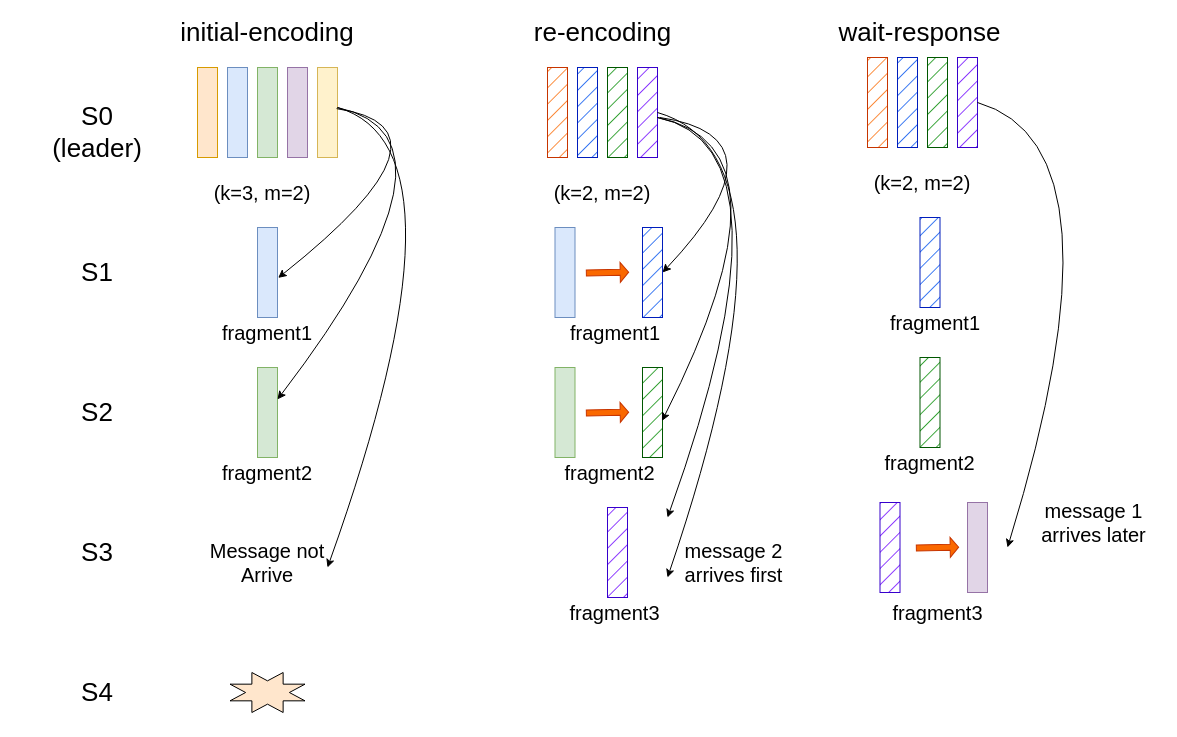
The draw.io diagram FlexibleK2.drawio in Holworth/DrawIO, before the edit. Source tidied: cells renumbered, new cells numbered last; positions are measured from the earlier drawing's top-left corner, leaving out a move shared by most shapes. Both pictures are drawn from the tidied source at 100%, with x=0, y=0 at pixel (17, 17).
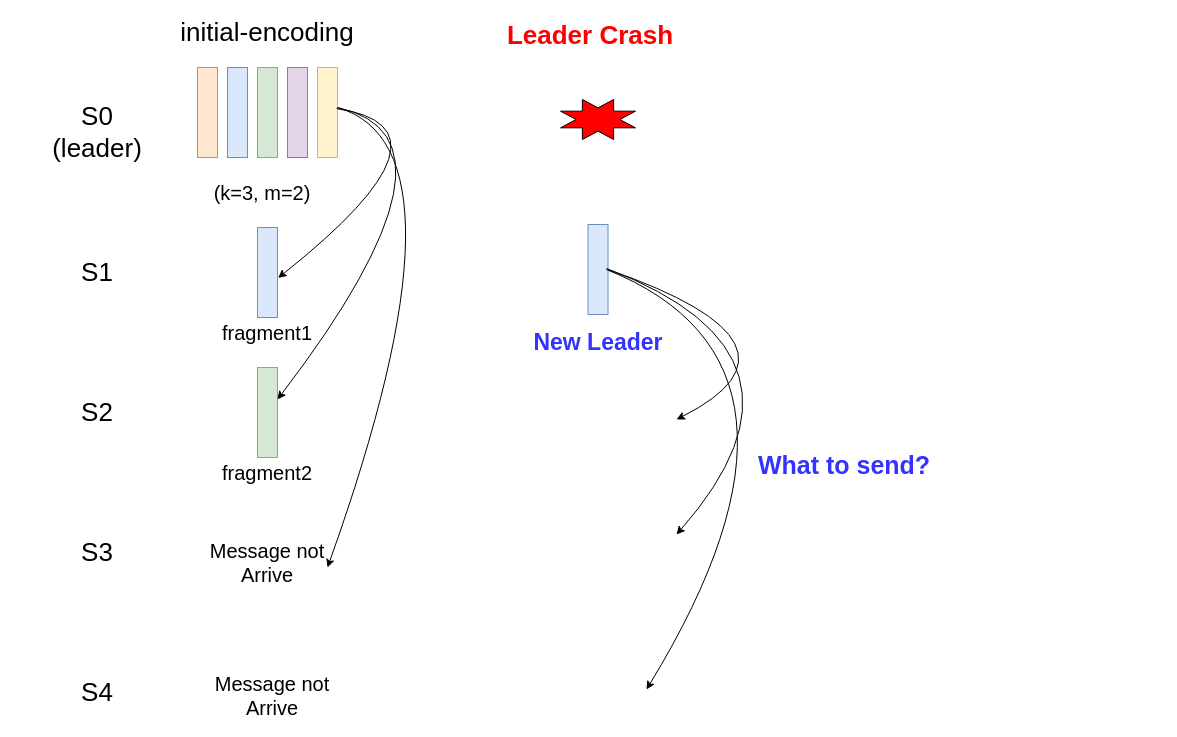
After the change.

Diff of the diagram source:
```diff
@@
-    <mxCell id="19" style="verticalLabelPosition=bottom;verticalAlign=top;html=1;shape=mxgraph.basic.8_point_star;fillStyle=auto;fontSize=26;fillColor=#FFE6CC;" parent="1" vertex="1">
-      <mxGeometry x="212.5" y="655" width="75" height="40" as="geometry" />
+    <mxCell id="19" style="verticalLabelPosition=bottom;verticalAlign=top;html=1;shape=mxgraph.basic.8_point_star;fillStyle=auto;fontSize=26;fillColor=#FF0000;" parent="1" vertex="1">
+      <mxGeometry x="543" y="82" width="75" height="40" as="geometry" />
     </mxCell>
-    <mxCell id="20" style="rounded=0;whiteSpace=wrap;html=1;fontSize=20;fillColor=#fa6800;strokeColor=#C73500;fillStyle=hatch;fontColor=#000000;" parent="1" vertex="1">
-      <mxGeometry x="530" y="50" width="20" height="90" as="geometry" />
-    </mxCell>
-    <mxCell id="21" style="rounded=0;whiteSpace=wrap;html=1;fontSize=20;fillColor=#0050ef;strokeColor=#001DBC;fillStyle=hatch;fontColor=#ffffff;" parent="1" vertex="1">
-      <mxGeometry x="560" y="50" width="20" height="90" as="geometry" />
-    </mxCell>
-    <mxCell id="22" style="rounded=0;whiteSpace=wrap;html=1;fontSize=20;fillColor=#008a00;strokeColor=#005700;fillStyle=hatch;fontColor=#ffffff;" parent="1" vertex="1">
-      <mxGeometry x="590" y="50" width="20" height="90" as="geometry" />
-    </mxCell>
-    <mxCell id="23" style="rounded=0;whiteSpace=wrap;html=1;fontSize=20;fillColor=#6a00ff;strokeColor=#3700CC;fillStyle=hatch;fontColor=#ffffff;" parent="1" vertex="1">
-      <mxGeometry x="620" y="50" width="20" height="90" as="geometry" />
-    </mxCell>
-    <mxCell id="24" value="(k=2, m=2)" style="text;html=1;strokeColor=none;fillColor=none;align=center;verticalAlign=middle;whiteSpace=wrap;rounded=0;fillStyle=auto;fontSize=20;" parent="1" vertex="1">
-      <mxGeometry x="520" y="160" width="130" height="30" as="geometry" />
-    </mxCell>
-    <mxCell id="25" value="fragment1" style="text;html=1;strokeColor=none;fillColor=none;align=center;verticalAlign=middle;whiteSpace=wrap;rounded=0;fillStyle=auto;fontSize=20;" parent="1" vertex="1">
-      <mxGeometry x="532.5" y="300" width="130" height="30" as="geometry" />
-    </mxCell>
-    <mxCell id="26" value="re-encoding" style="text;html=1;strokeColor=none;fillColor=none;align=center;verticalAlign=middle;whiteSpace=wrap;rounded=0;fillStyle=hatch;fontSize=26;" parent="1" vertex="1">
-      <mxGeometry x="502.5" width="165" height="30" as="geometry" />
-    </mxCell>
-    <mxCell id="27" style="rounded=0;whiteSpace=wrap;html=1;fontSize=20;fillColor=#008a00;strokeColor=#005700;fillStyle=hatch;fontColor=#ffffff;" parent="1" vertex="1">
-      <mxGeometry x="625" y="350" width="20" height="90" as="geometry" />
-    </mxCell>
-    <mxCell id="28" value="fragment2" style="text;html=1;strokeColor=none;fillColor=none;align=center;verticalAlign=middle;whiteSpace=wrap;rounded=0;fillStyle=auto;fontSize=20;" parent="1" vertex="1">
-      <mxGeometry x="525" y="440" width="135" height="30" as="geometry" />
-    </mxCell>
@@
-    <mxCell id="30" style="rounded=0;whiteSpace=wrap;html=1;fontSize=20;fillColor=#dae8fc;strokeColor=#6c8ebf;fillStyle=auto;" parent="1" vertex="1">
-      <mxGeometry x="537.5" y="210" width="20" height="90" as="geometry" />
-    </mxCell>
-    <mxCell id="31" style="rounded=0;whiteSpace=wrap;html=1;fontSize=20;fillColor=#d5e8d4;strokeColor=#82b366;fillStyle=auto;" parent="1" vertex="1">
-      <mxGeometry x="537.5" y="350" width="20" height="90" as="geometry" />
-    </mxCell>
-    <mxCell id="32" style="shape=singleArrow;direction=north;whiteSpace=wrap;html=1;fillStyle=auto;fontSize=26;fillColor=#fa6800;rotation=89;fontColor=#000000;strokeColor=#C73500;" parent="1" vertex="1">
-      <mxGeometry x="580" y="373.9" width="20" height="42.3" as="geometry" />
-    </mxCell>
-    <mxCell id="33" style="curved=1;endArrow=classic;html=1;rounded=0;fontSize=26;exitX=0.954;exitY=0.457;exitDx=0;exitDy=0;exitPerimeter=0;entryX=1;entryY=0.5;entryDx=0;entryDy=0;" parent="1" edge="1" target="37">
-      <mxGeometry relative="1" as="geometry">
-        <mxPoint x="642.3" y="100" as="sourcePoint" />
-        <Array as="points">
-          <mxPoint x="773.2" y="118.9" />
-        </Array>
-      </mxGeometry>
-    </mxCell>
-    <mxCell id="34" style="curved=1;endArrow=classic;html=1;rounded=0;fontSize=26;entryX=0.973;entryY=0.594;entryDx=0;entryDy=0;entryPerimeter=0;" parent="1" edge="1" target="27">
-      <mxGeometry relative="1" as="geometry">
-        <mxPoint x="640" y="100" as="sourcePoint" />
-        <Array as="points">
-          <mxPoint x="783.2" y="128.9" />
-        </Array>
-      </mxGeometry>
-    </mxCell>
@@
-    <mxCell id="37" style="rounded=0;whiteSpace=wrap;html=1;fontSize=20;fillColor=#0050ef;strokeColor=#001DBC;fillStyle=hatch;fontColor=#ffffff;" parent="1" vertex="1">
-      <mxGeometry x="625" y="210" width="20" height="90" as="geometry" />
-    </mxCell>
-    <mxCell id="38" style="shape=singleArrow;direction=north;whiteSpace=wrap;html=1;fillStyle=auto;fontSize=26;fillColor=#fa6800;rotation=89;fontColor=#000000;strokeColor=#C73500;" parent="1" vertex="1">
-      <mxGeometry x="580" y="233.9" width="20" height="42.3" as="geometry" />
-    </mxCell>
-    <mxCell id="39" style="curved=1;endArrow=classic;html=1;rounded=0;fontSize=26;" parent="1" edge="1">
-      <mxGeometry relative="1" as="geometry">
-        <mxPoint x="640" y="100" as="sourcePoint" />
-        <mxPoint x="650" y="500" as="targetPoint" />
-        <Array as="points">
-          <mxPoint x="783.2" y="128.9" />
-        </Array>
-      </mxGeometry>
-    </mxCell>
-    <mxCell id="40" style="curved=1;endArrow=classic;html=1;rounded=0;fontSize=26;exitX=1;exitY=0.5;exitDx=0;exitDy=0;" parent="1" edge="1" source="23">
-      <mxGeometry relative="1" as="geometry">
-        <mxPoint x="650" y="560" as="targetPoint" />
-        <Array as="points">
-          <mxPoint x="793.2" y="138.9" />
-        </Array>
-      </mxGeometry>
-    </mxCell>
-    <mxCell id="41" style="rounded=0;whiteSpace=wrap;html=1;fontSize=20;fillColor=#6a00ff;strokeColor=#3700CC;fillStyle=hatch;fontColor=#ffffff;" parent="1" vertex="1">
-      <mxGeometry x="590" y="490" width="20" height="90" as="geometry" />
-    </mxCell>
-    <mxCell id="42" value="fragment3" style="text;html=1;strokeColor=none;fillColor=none;align=center;verticalAlign=middle;whiteSpace=wrap;rounded=0;fillStyle=auto;fontSize=20;" parent="1" vertex="1">
-      <mxGeometry x="530" y="580" width="135" height="30" as="geometry" />
-    </mxCell>
-    <mxCell id="43" value="message 2 arrives first" style="text;html=1;strokeColor=none;fillColor=none;align=center;verticalAlign=middle;whiteSpace=wrap;rounded=0;fontSize=20;" parent="1" vertex="1">
-      <mxGeometry x="650" y="530" width="132.5" height="30" as="geometry" />
-    </mxCell>
-    <mxCell id="44" value="wait-response" style="text;html=1;strokeColor=none;fillColor=none;align=center;verticalAlign=middle;whiteSpace=wrap;rounded=0;fillStyle=hatch;fontSize=26;" parent="1" vertex="1">
-      <mxGeometry x="820" width="165" height="30" as="geometry" />
-    </mxCell>
-    <mxCell id="45" style="rounded=0;whiteSpace=wrap;html=1;fontSize=20;fillColor=#fa6800;strokeColor=#C73500;fillStyle=hatch;fontColor=#000000;" parent="1" vertex="1">
-      <mxGeometry x="850" y="40" width="20" height="90" as="geometry" />
-    </mxCell>
-    <mxCell id="46" style="rounded=0;whiteSpace=wrap;html=1;fontSize=20;fillColor=#0050ef;strokeColor=#001DBC;fillStyle=hatch;fontColor=#ffffff;" parent="1" vertex="1">
-      <mxGeometry x="880" y="40" width="20" height="90" as="geometry" />
-    </mxCell>
-    <mxCell id="47" style="rounded=0;whiteSpace=wrap;html=1;fontSize=20;fillColor=#008a00;strokeColor=#005700;fillStyle=hatch;fontColor=#ffffff;" parent="1" vertex="1">
-      <mxGeometry x="910" y="40" width="20" height="90" as="geometry" />
-    </mxCell>
-    <mxCell id="48" style="rounded=0;whiteSpace=wrap;html=1;fontSize=20;fillColor=#6a00ff;strokeColor=#3700CC;fillStyle=hatch;fontColor=#ffffff;" parent="1" vertex="1">
-      <mxGeometry x="940" y="40" width="20" height="90" as="geometry" />
-    </mxCell>
-    <mxCell id="49" value="(k=2, m=2)" style="text;html=1;strokeColor=none;fillColor=none;align=center;verticalAlign=middle;whiteSpace=wrap;rounded=0;fillStyle=auto;fontSize=20;" parent="1" vertex="1">
-      <mxGeometry x="840" y="150" width="130" height="30" as="geometry" />
-    </mxCell>
-    <mxCell id="50" value="fragment1" style="text;html=1;strokeColor=none;fillColor=none;align=center;verticalAlign=middle;whiteSpace=wrap;rounded=0;fillStyle=auto;fontSize=20;" parent="1" vertex="1">
-      <mxGeometry x="852.5" y="290" width="130" height="30" as="geometry" />
-    </mxCell>
-    <mxCell id="51" style="rounded=0;whiteSpace=wrap;html=1;fontSize=20;fillColor=#008a00;strokeColor=#005700;fillStyle=hatch;fontColor=#ffffff;" parent="1" vertex="1">
-      <mxGeometry x="902.5" y="340" width="20" height="90" as="geometry" />
-    </mxCell>
-    <mxCell id="52" value="fragment2" style="text;html=1;strokeColor=none;fillColor=none;align=center;verticalAlign=middle;whiteSpace=wrap;rounded=0;fillStyle=auto;fontSize=20;" parent="1" vertex="1">
-      <mxGeometry x="845" y="430" width="135" height="30" as="geometry" />
-    </mxCell>
-    <mxCell id="53" style="rounded=0;whiteSpace=wrap;html=1;fontSize=20;fillColor=#0050ef;strokeColor=#001DBC;fillStyle=hatch;fontColor=#ffffff;" parent="1" vertex="1">
-      <mxGeometry x="902.5" y="200" width="20" height="90" as="geometry" />
-    </mxCell>
-    <mxCell id="54" style="curved=1;endArrow=classic;html=1;rounded=0;fontSize=26;exitX=1;exitY=0.5;exitDx=0;exitDy=0;" parent="1" edge="1" source="48">
-      <mxGeometry relative="1" as="geometry">
-        <mxPoint x="990" y="530" as="targetPoint" />
-        <Array as="points">
-          <mxPoint x="1113.2" y="128.9" />
-        </Array>
-      </mxGeometry>
-    </mxCell>
-    <mxCell id="55" style="rounded=0;whiteSpace=wrap;html=1;fontSize=20;fillColor=#6a00ff;strokeColor=#3700CC;fillStyle=hatch;fontColor=#ffffff;" parent="1" vertex="1">
-      <mxGeometry x="862.5" y="485" width="20" height="90" as="geometry" />
-    </mxCell>
-    <mxCell id="56" value="fragment3" style="text;html=1;strokeColor=none;fillColor=none;align=center;verticalAlign=middle;whiteSpace=wrap;rounded=0;fillStyle=auto;fontSize=20;" parent="1" vertex="1">
-      <mxGeometry x="852.5" y="580" width="135" height="30" as="geometry" />
-    </mxCell>
-    <mxCell id="57" value="message 1 arrives later" style="text;html=1;strokeColor=none;fillColor=none;align=center;verticalAlign=middle;whiteSpace=wrap;rounded=0;fontSize=20;" parent="1" vertex="1">
-      <mxGeometry x="1010" y="490" width="132.5" height="30" as="geometry" />
-    </mxCell>
-    <mxCell id="58" style="shape=singleArrow;direction=north;whiteSpace=wrap;html=1;fillStyle=auto;fontSize=26;fillColor=#fa6800;rotation=89;fontColor=#000000;strokeColor=#C73500;" parent="1" vertex="1">
-      <mxGeometry x="910" y="508.9" width="20" height="42.3" as="geometry" />
-    </mxCell>
-    <mxCell id="59" style="rounded=0;whiteSpace=wrap;html=1;fontSize=20;fillColor=#e1d5e7;strokeColor=#9673a6;fillStyle=auto;" parent="1" vertex="1">
-      <mxGeometry x="950" y="485" width="20" height="90" as="geometry" />
-    </mxCell>
+    <mxCell id="60" value="&lt;font style=&quot;font-size: 20px;&quot;&gt;Message not Arrive&lt;/font&gt;" style="text;html=1;strokeColor=none;fillColor=none;align=center;verticalAlign=middle;whiteSpace=wrap;rounded=0;" parent="1" vertex="1">
+      <mxGeometry x="185" y="663" width="140" height="30" as="geometry" />
+    </mxCell>
+    <mxCell id="61" value="&lt;font color=&quot;#ff0000&quot;&gt;&lt;b&gt;Leader Crash&lt;/b&gt;&lt;/font&gt;" style="text;html=1;strokeColor=none;fillColor=none;align=center;verticalAlign=middle;whiteSpace=wrap;rounded=0;fillStyle=hatch;fontSize=26;" parent="1" vertex="1">
+      <mxGeometry x="478" y="3" width="190" height="30" as="geometry" />
+    </mxCell>
+    <mxCell id="62" style="rounded=0;whiteSpace=wrap;html=1;fontSize=20;fillColor=#dae8fc;strokeColor=#6c8ebf;fillStyle=auto;" parent="1" vertex="1">
+      <mxGeometry x="570.5" y="207" width="20" height="90" as="geometry" />
+    </mxCell>
+    <mxCell id="63" value="&lt;font color=&quot;#3333ff&quot; style=&quot;font-size: 23px;&quot;&gt;&lt;b style=&quot;&quot;&gt;New Leader&lt;/b&gt;&lt;/font&gt;" style="text;html=1;strokeColor=none;fillColor=none;align=center;verticalAlign=middle;whiteSpace=wrap;rounded=0;fillStyle=auto;fontSize=20;" parent="1" vertex="1">
+      <mxGeometry x="509.5" y="310" width="142" height="30" as="geometry" />
+    </mxCell>
+    <mxCell id="64" style="curved=1;endArrow=classic;html=1;rounded=0;fontSize=26;exitX=1;exitY=0.5;exitDx=0;exitDy=0;" parent="1" edge="1" source="62">
+      <mxGeometry relative="1" as="geometry">
+        <mxPoint x="659" y="402" as="targetPoint" />
+        <Array as="points">
+          <mxPoint x="807" y="327" />
+        </Array>
+      </mxGeometry>
+    </mxCell>
+    <mxCell id="65" style="curved=1;endArrow=classic;html=1;rounded=0;fontSize=26;" parent="1" edge="1">
+      <mxGeometry relative="1" as="geometry">
+        <mxPoint x="589" y="251" as="sourcePoint" />
+        <mxPoint x="659" y="517" as="targetPoint" />
+        <Array as="points">
+          <mxPoint x="817" y="337" />
+        </Array>
+      </mxGeometry>
+    </mxCell>
+    <mxCell id="66" style="curved=1;endArrow=classic;html=1;rounded=0;fontSize=26;" parent="1" edge="1">
+      <mxGeometry relative="1" as="geometry">
+        <mxPoint x="589" y="252" as="sourcePoint" />
+        <mxPoint x="629" y="672" as="targetPoint" />
+        <Array as="points">
+          <mxPoint x="827" y="347" />
+        </Array>
+      </mxGeometry>
+    </mxCell>
+    <mxCell id="67" value="&lt;font color=&quot;#3333ff&quot; style=&quot;font-size: 25px;&quot;&gt;&lt;b style=&quot;&quot;&gt;What to send?&lt;/b&gt;&lt;/font&gt;" style="text;html=1;strokeColor=none;fillColor=none;align=center;verticalAlign=middle;whiteSpace=wrap;rounded=0;" parent="1" vertex="1">
+      <mxGeometry x="723" y="432" width="208" height="30" as="geometry" />
+    </mxCell>
```
